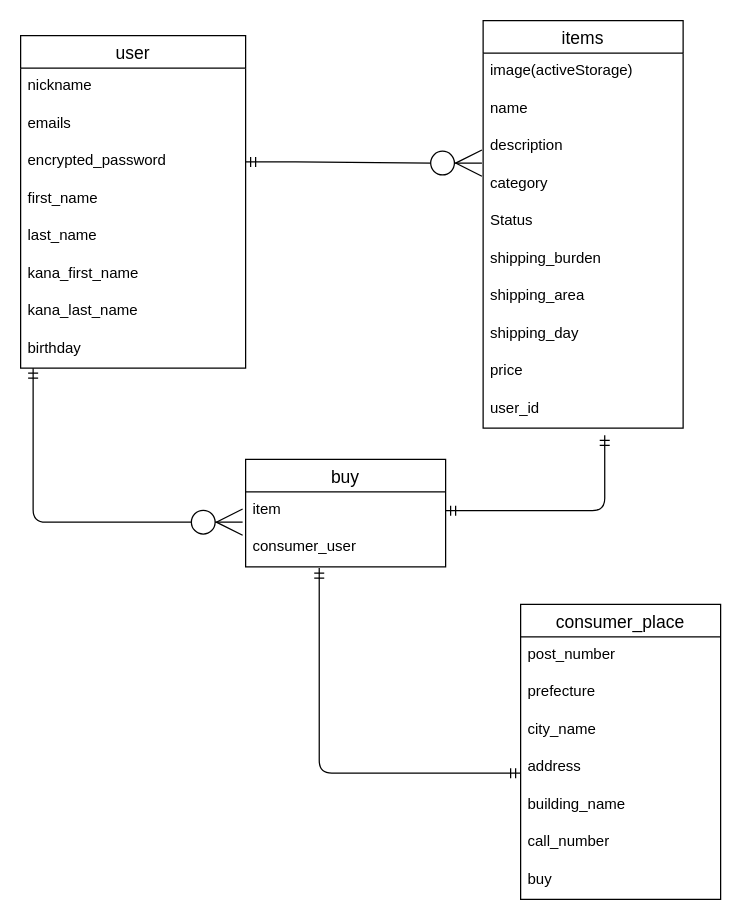
This is test.dio from shunta-nomura/furima-32982, a draw.io file, before an edit. Source tidied: cells renumbered, new cells numbered last; positions are measured from the earlier drawing's top-left corner, leaving out a move shared by most shapes. Both pictures are drawn from the tidied source at 125%, with x=0, y=0 at pixel (20, 20).
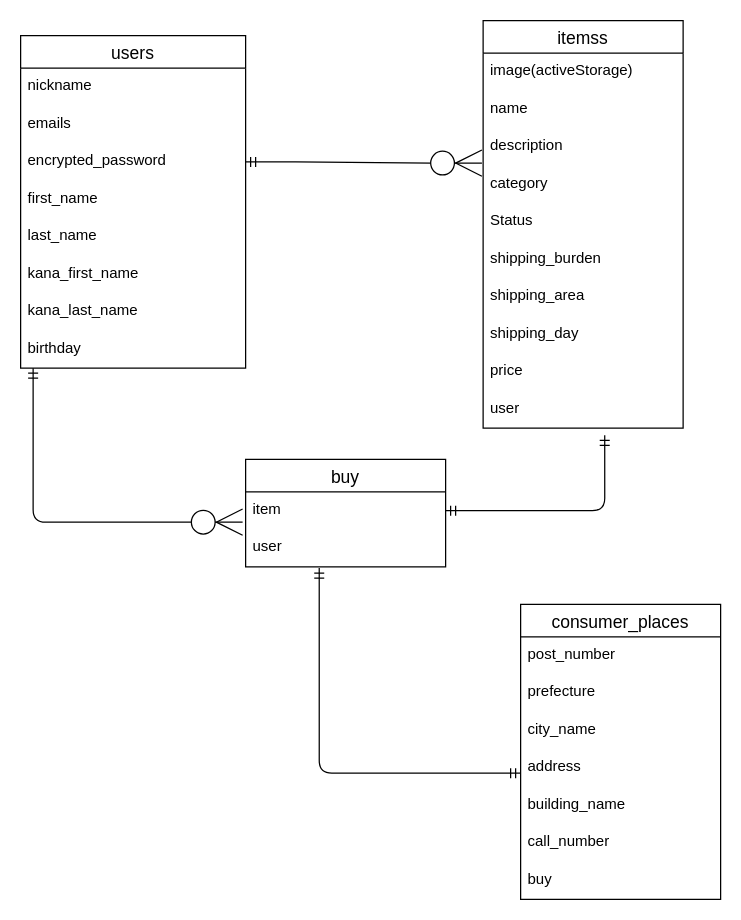
Above is the later version.

Commit message (it also covers changes not shown here):
readmeテーブル名を複数形に変更

Unchanged cells that the change refers to:
```xml
<mxCell id="32" value="buy" style="swimlane;fontStyle=0;horizontal=1;startSize=26;align=center;fontSize=14;fillColor=none;gradientColor=none;" parent="1" vertex="1">
  <mxGeometry x="180" y="351" width="160" height="86" as="geometry" />
</mxCell>
```

The edit, as a diff of the source:
```diff
@@
-    <mxCell id="2" value="user" style="swimlane;fontStyle=0;horizontal=1;startSize=26;align=center;fontSize=14;" parent="1" vertex="1">
+    <mxCell id="2" value="users" style="swimlane;fontStyle=0;horizontal=1;startSize=26;align=center;fontSize=14;" parent="1" vertex="1">
       <mxGeometry y="12" width="180" height="266" as="geometry" />
     </mxCell>
@@
-    <mxCell id="11" value="items" style="swimlane;fontStyle=0;horizontal=1;startSize=26;align=center;fontSize=14;fillColor=none;gradientColor=none;" parent="1" vertex="1">
+    <mxCell id="11" value="itemss" style="swimlane;fontStyle=0;horizontal=1;startSize=26;align=center;fontSize=14;fillColor=none;gradientColor=none;" parent="1" vertex="1">
       <mxGeometry x="370" width="160" height="326" as="geometry" />
     </mxCell>
@@
-    <mxCell id="21" value="user_id&#10;" style="text;strokeColor=none;fillColor=none;spacingLeft=4;spacingRight=4;overflow=hidden;points=[[0,0.5],[1,0.5]];portConstraint=eastwest;fontSize=12;" parent="11" vertex="1">
+    <mxCell id="21" value="user&#10;" style="text;strokeColor=none;fillColor=none;spacingLeft=4;spacingRight=4;overflow=hidden;points=[[0,0.5],[1,0.5]];portConstraint=eastwest;fontSize=12;" parent="11" vertex="1">
       <mxGeometry y="296" width="160" height="30" as="geometry" />
     </mxCell>
@@
-    <mxCell id="23" value="consumer_place" style="swimlane;fontStyle=0;horizontal=1;startSize=26;align=center;fontSize=14;fillColor=none;gradientColor=none;" parent="1" vertex="1">
+    <mxCell id="23" value="consumer_places" style="swimlane;fontStyle=0;horizontal=1;startSize=26;align=center;fontSize=14;fillColor=none;gradientColor=none;" parent="1" vertex="1">
       <mxGeometry x="400" y="467" width="160" height="236" as="geometry" />
     </mxCell>
@@
-    <mxCell id="34" value="consumer_user" style="text;strokeColor=none;fillColor=none;spacingLeft=4;spacingRight=4;overflow=hidden;points=[[0,0.5],[1,0.5]];portConstraint=eastwest;fontSize=12;" parent="32" vertex="1">
+    <mxCell id="34" value="user" style="text;strokeColor=none;fillColor=none;spacingLeft=4;spacingRight=4;overflow=hidden;points=[[0,0.5],[1,0.5]];portConstraint=eastwest;fontSize=12;" parent="32" vertex="1">
       <mxGeometry y="56" width="160" height="30" as="geometry" />
     </mxCell>
```
